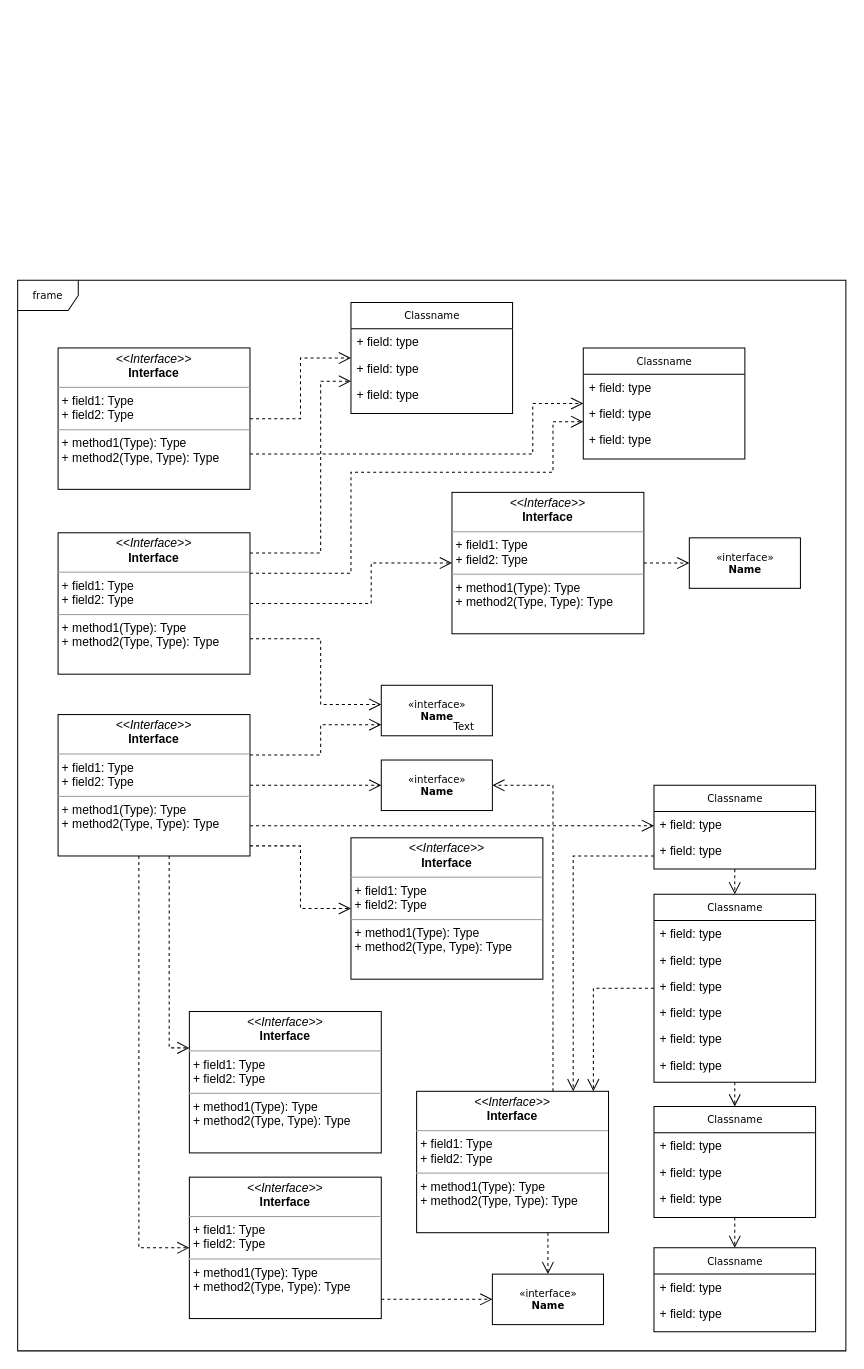
Above: Figures/Untitled Diagram.drawio in labsticc-p4s/multi-process-challenge (draw.io), before the change. Source tidied: cells renumbered, new cells numbered last; positions are measured from the earlier drawing's top-left corner, leaving out a move shared by most shapes. Both pictures are drawn from the tidied source at 101%, with x=0, y=0 at pixel (17, 280).
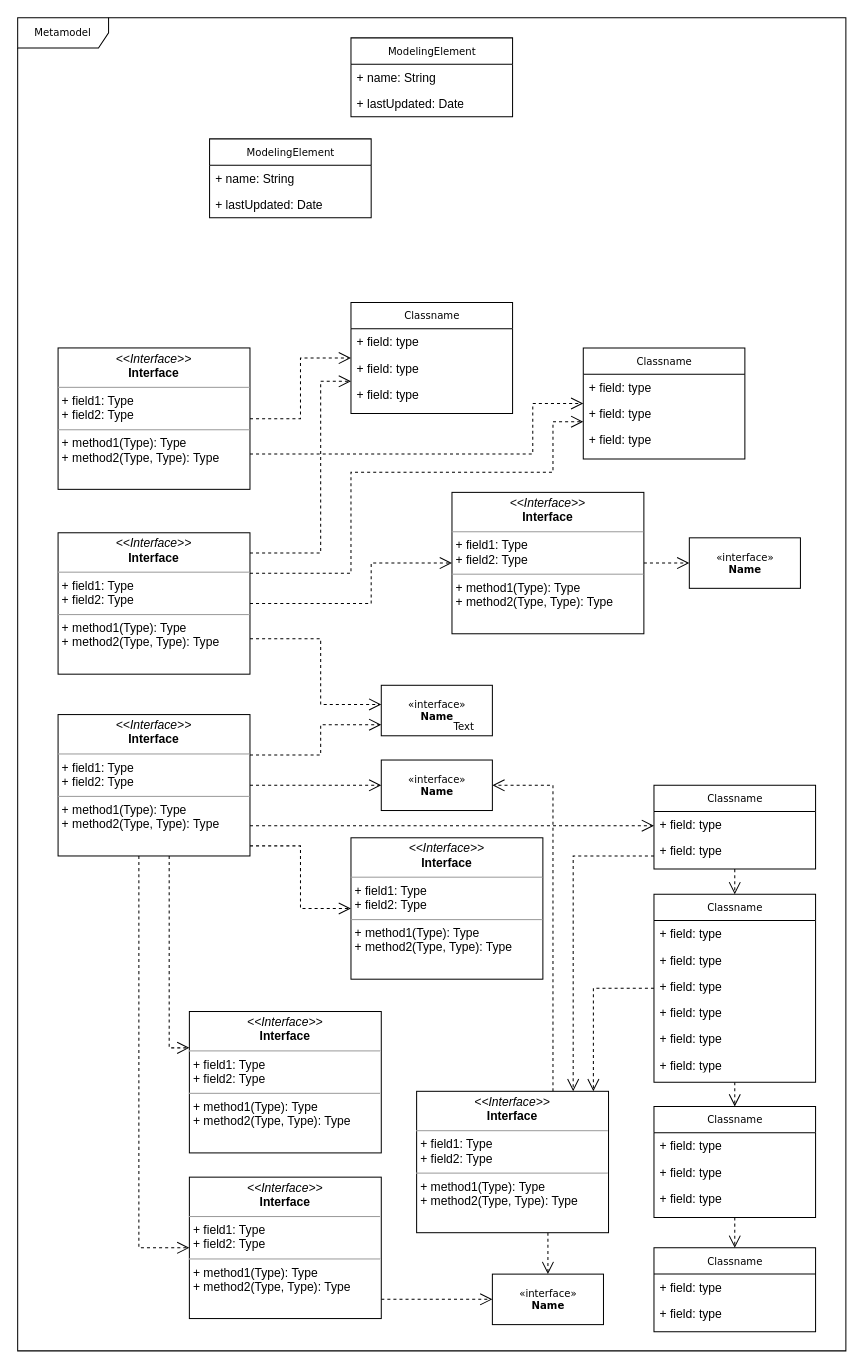
The same diagram, later.

The edit, as a diff of the source:
```diff
@@
-    <mxCell id="2" value="frame" style="shape=umlFrame;whiteSpace=wrap;html=1;rounded=0;shadow=0;comic=0;labelBackgroundColor=none;strokeWidth=1;fontFamily=Verdana;fontSize=10;align=center;" parent="1" vertex="1">
-      <mxGeometry width="820" height="1060" as="geometry" />
+    <mxCell id="2" value="Metamodel" style="shape=umlFrame;whiteSpace=wrap;html=1;rounded=0;shadow=0;comic=0;labelBackgroundColor=none;strokeWidth=1;fontFamily=Verdana;fontSize=10;align=center;width=90;height=30;" parent="1" vertex="1">
+      <mxGeometry y="-260" width="820" height="1320" as="geometry" />
     </mxCell>
@@
+    <mxCell id="62" value="ModelingElement" style="swimlane;html=1;fontStyle=0;horizontal=1;startSize=26;fillColor=none;swimlaneFillColor=#ffffff;rounded=0;shadow=0;comic=0;labelBackgroundColor=none;strokeWidth=1;fontFamily=Verdana;fontSize=10;align=center;" parent="1" vertex="1">
+      <mxGeometry x="330" y="-240" width="160" height="78" as="geometry" />
+    </mxCell>
+    <mxCell id="63" value="+ name: String" style="text;html=1;strokeColor=none;fillColor=none;align=left;verticalAlign=top;spacingLeft=4;spacingRight=4;whiteSpace=wrap;overflow=hidden;" parent="62" vertex="1">
+      <mxGeometry y="26" width="160" height="26" as="geometry" />
+    </mxCell>
+    <mxCell id="64" value="+ lastUpdated: Date" style="text;html=1;strokeColor=none;fillColor=none;align=left;verticalAlign=top;spacingLeft=4;spacingRight=4;whiteSpace=wrap;overflow=hidden;" parent="62" vertex="1">
+      <mxGeometry y="52" width="160" height="26" as="geometry" />
+    </mxCell>
+    <mxCell id="65" value="ModelingElement" style="swimlane;html=1;fontStyle=0;horizontal=1;startSize=26;fillColor=none;swimlaneFillColor=#ffffff;rounded=0;shadow=0;comic=0;labelBackgroundColor=none;strokeWidth=1;fontFamily=Verdana;fontSize=10;align=center;" parent="1" vertex="1">
+      <mxGeometry x="190" y="-140" width="160" height="78" as="geometry" />
+    </mxCell>
+    <mxCell id="66" value="+ name: String" style="text;html=1;strokeColor=none;fillColor=none;align=left;verticalAlign=top;spacingLeft=4;spacingRight=4;whiteSpace=wrap;overflow=hidden;" parent="65" vertex="1">
+      <mxGeometry y="26" width="160" height="26" as="geometry" />
+    </mxCell>
+    <mxCell id="67" value="+ lastUpdated: Date" style="text;html=1;strokeColor=none;fillColor=none;align=left;verticalAlign=top;spacingLeft=4;spacingRight=4;whiteSpace=wrap;overflow=hidden;" parent="65" vertex="1">
+      <mxGeometry y="52" width="160" height="26" as="geometry" />
+    </mxCell>
```
